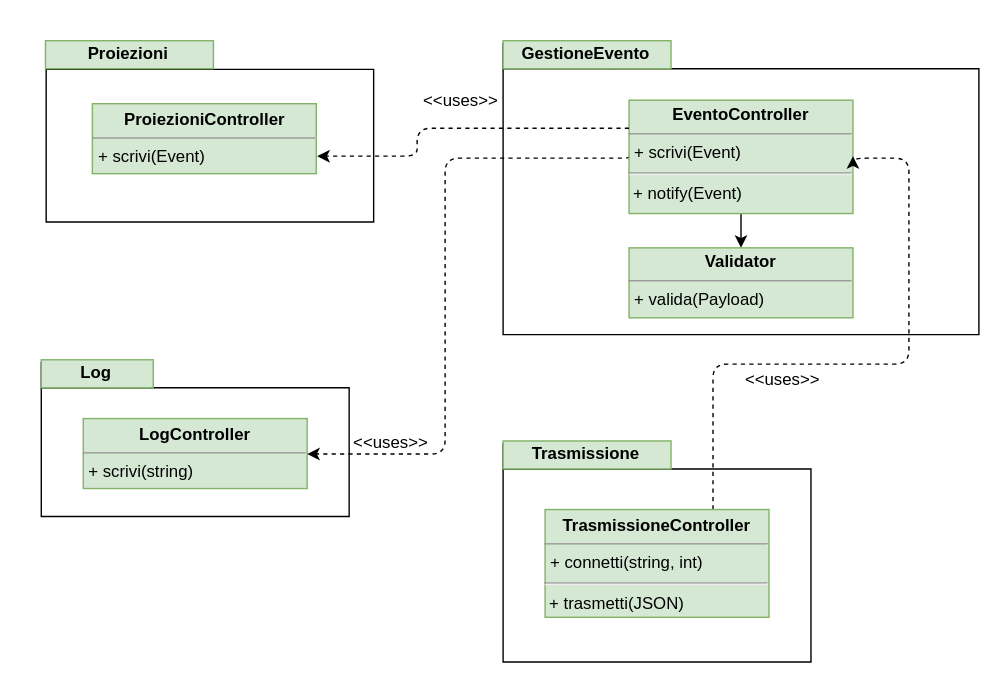
Leaaaf/weatherment.io keeps this draw.io diagram as resources/DiagrammaClassiSistema.svg. Above is the earlier version. Source tidied: cells renumbered, new cells last; positions are measured from the earlier drawing's top-left corner, leaving out a move shared by most shapes.
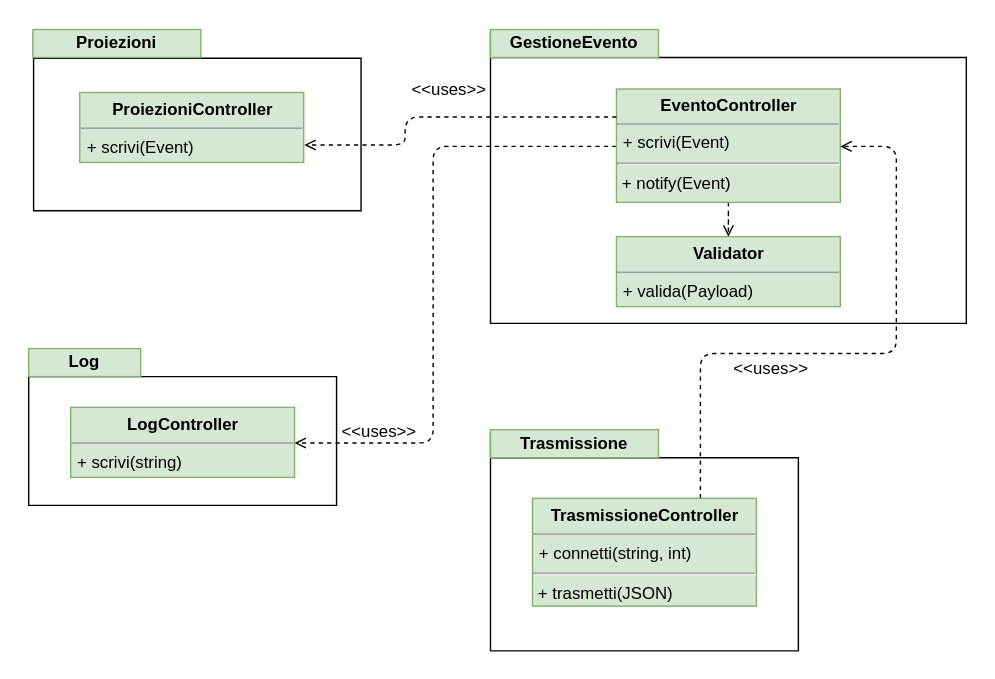
The same file after the commit.

Change to the diagram source:
```diff
@@ -17,10 +17,10 @@
     <mxCell id="6" value="GestioneEvento" style="text;align=center;fontStyle=1;verticalAlign=middle;spacingLeft=3;spacingRight=3;strokeColor=#82b366;fillColor=#d5e8d4;" parent="1" vertex="1">
       <mxGeometry x="330" y="-0.5" width="120" height="20" as="geometry" />
     </mxCell>
-    <mxCell id="7" style="edgeStyle=orthogonalEdgeStyle;rounded=0;jettySize=auto;html=1;" parent="1" edge="1" source="9" target="10">
+    <mxCell id="7" style="edgeStyle=orthogonalEdgeStyle;rounded=0;jettySize=auto;html=1;dashed=1;endArrow=open;endFill=0;" parent="1" edge="1" source="9" target="10">
       <mxGeometry relative="1" as="geometry" />
     </mxCell>
-    <mxCell id="8" style="edgeStyle=orthogonalEdgeStyle;rounded=1;jettySize=auto;html=1;exitX=0;exitY=0.5;exitDx=0;exitDy=0;entryX=1;entryY=0.5;entryDx=0;entryDy=0;dashed=1;" parent="1" edge="1" source="9" target="4">
+    <mxCell id="8" style="edgeStyle=orthogonalEdgeStyle;rounded=1;jettySize=auto;html=1;exitX=0;exitY=0.5;exitDx=0;exitDy=0;entryX=1;entryY=0.5;entryDx=0;entryDy=0;dashed=1;endArrow=open;endFill=0;" parent="1" edge="1" source="9" target="4">
       <mxGeometry relative="1" as="geometry">
         <Array as="points">
           <mxPoint x="289" y="83" />
@@ -43,7 +43,7 @@
     <mxCell id="13" value="Trasmissione" style="text;align=center;fontStyle=1;verticalAlign=middle;spacingLeft=3;spacingRight=3;strokeColor=#82b366;fillColor=#d5e8d4;" parent="1" vertex="1">
       <mxGeometry x="330" y="285.5" width="120" height="20" as="geometry" />
     </mxCell>
-    <mxCell id="14" style="edgeStyle=orthogonalEdgeStyle;rounded=1;jettySize=auto;html=1;entryX=1;entryY=0.5;entryDx=0;entryDy=0;dashed=1;" parent="1" edge="1" source="15" target="9">
+    <mxCell id="14" style="edgeStyle=orthogonalEdgeStyle;rounded=1;jettySize=auto;html=1;entryX=1;entryY=0.5;entryDx=0;entryDy=0;dashed=1;endArrow=open;endFill=0;" parent="1" edge="1" source="15" target="9">
       <mxGeometry relative="1" as="geometry">
         <Array as="points">
           <mxPoint x="480" y="231" />
@@ -70,7 +70,7 @@
     <mxCell id="20" value="&amp;lt;&amp;lt;uses&amp;gt;&amp;gt;" style="text;html=1;strokeColor=none;fillColor=none;align=center;verticalAlign=middle;whiteSpace=wrap;rounded=0;" parent="1" vertex="1">
       <mxGeometry x="280" y="31.5" width="40" height="20" as="geometry" />
     </mxCell>
-    <mxCell id="21" style="edgeStyle=orthogonalEdgeStyle;rounded=1;jettySize=auto;html=1;exitX=0;exitY=0.25;exitDx=0;exitDy=0;dashed=1;entryX=1;entryY=0.75;entryDx=0;entryDy=0;" parent="1" edge="1" source="9" target="19">
+    <mxCell id="21" style="edgeStyle=orthogonalEdgeStyle;rounded=1;jettySize=auto;html=1;exitX=0;exitY=0.25;exitDx=0;exitDy=0;dashed=1;entryX=1;entryY=0.75;entryDx=0;entryDy=0;endArrow=open;endFill=0;" parent="1" edge="1" source="9" target="19">
       <mxGeometry relative="1" as="geometry">
         <Array as="points">
           <mxPoint x="269" y="62" />
```
